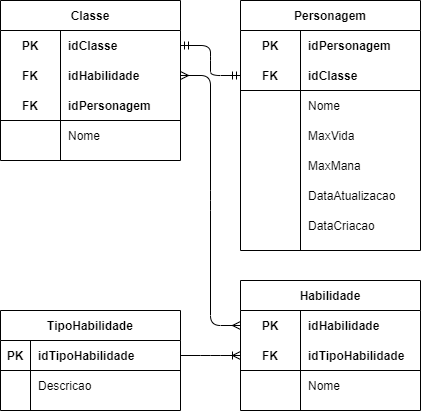
This is DesafioHROADS/DiagramaConceitualHROADS-logico.png from Vitormanoel-melo/Sprint-1_BD_Relacional, a draw.io export, as it was before one commit. Source tidied: cells renumbered, new cells last; positions are measured from the earlier drawing's top-left corner, leaving out a move shared by most shapes.
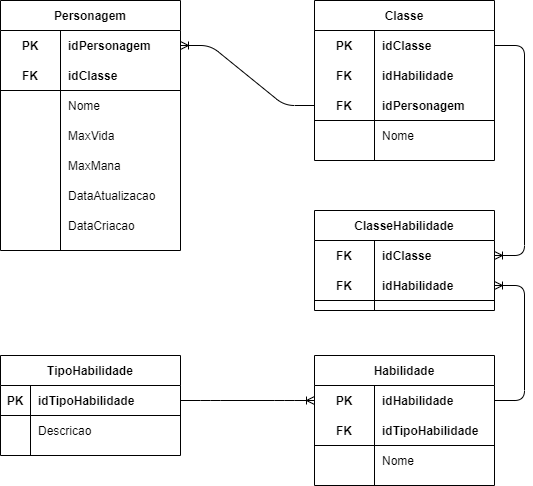
After the change.

What changed in the source:
```diff
@@ -3,7 +3,7 @@
     <mxCell id="0" />
     <mxCell id="1" parent="0" />
     <mxCell id="2" value="Personagem" style="shape=table;startSize=30;rowLines=0;fontStyle=1;align=center;" parent="1" vertex="1">
-      <mxGeometry x="240" width="180" height="250" as="geometry" />
+      <mxGeometry x="-110" y="20" width="180" height="250" as="geometry" />
     </mxCell>
     <mxCell id="3" style="shape=partialRectangle;fillColor=none;top=0;left=0;bottom=0;right=0;points=[[0,0.5],[1,0.5]];portConstraint=eastwest;" parent="2" vertex="1">
       <mxGeometry y="30" width="180" height="30" as="geometry" />
@@ -68,11 +68,8 @@
     <mxCell id="23" value="DataCriacao" style="shape=partialRectangle;fillColor=none;top=0;left=0;bottom=0;right=0;align=left;spacingLeft=6;overflow=hidden;" parent="21" vertex="1">
       <mxGeometry x="60" width="120" height="30" as="geometry" />
     </mxCell>
-    <mxCell id="24" style="edgeStyle=entityRelationEdgeStyle;fontSize=12;html=1;endArrow=ERmandOne;startArrow=ERmandOne;exitX=1;exitY=0.5;exitDx=0;exitDy=0;entryX=0;entryY=0.5;entryDx=0;entryDy=0;" parent="1" edge="1" source="26" target="6">
-      <mxGeometry relative="1" as="geometry" />
-    </mxCell>
     <mxCell id="25" value="Classe" style="shape=table;startSize=30;rowLines=0;fontStyle=1;align=center;" parent="1" vertex="1">
-      <mxGeometry width="180" height="160" as="geometry" />
+      <mxGeometry x="204" y="20" width="180" height="160" as="geometry" />
     </mxCell>
     <mxCell id="26" style="shape=partialRectangle;fillColor=none;top=0;left=0;bottom=0;right=0;points=[[0,0.5],[1,0.5]];portConstraint=eastwest;" parent="25" vertex="1">
       <mxGeometry y="30" width="180" height="30" as="geometry" />
@@ -111,7 +108,7 @@
       <mxGeometry x="60" width="120" height="30" as="geometry" />
     </mxCell>
     <mxCell id="38" value="Habilidade" style="shape=table;startSize=30;rowLines=0;fontStyle=1;align=center;" parent="1" vertex="1">
-      <mxGeometry x="240" y="280" width="180" height="130" as="geometry" />
+      <mxGeometry x="204" y="375" width="180" height="130" as="geometry" />
     </mxCell>
     <mxCell id="39" style="shape=partialRectangle;fillColor=none;top=0;left=0;bottom=0;right=0;points=[[0,0.5],[1,0.5]];portConstraint=eastwest;" parent="38" vertex="1">
       <mxGeometry y="30" width="180" height="30" as="geometry" />
@@ -140,11 +137,8 @@
     <mxCell id="47" value="Nome" style="shape=partialRectangle;fillColor=none;top=0;left=0;bottom=0;right=0;align=left;spacingLeft=6;overflow=hidden;" parent="45" vertex="1">
       <mxGeometry x="60" width="120" height="30" as="geometry" />
     </mxCell>
-    <mxCell id="48" style="edgeStyle=entityRelationEdgeStyle;fontSize=12;html=1;endArrow=ERmany;startArrow=ERmany;exitX=1;exitY=0.5;exitDx=0;exitDy=0;entryX=0;entryY=0.5;entryDx=0;entryDy=0;" parent="1" edge="1" source="29" target="39">
-      <mxGeometry relative="1" as="geometry" />
-    </mxCell>
     <mxCell id="49" value="TipoHabilidade" style="shape=table;startSize=30;rowLines=0;fontStyle=1;align=center;" parent="1" vertex="1">
-      <mxGeometry y="310" width="180" height="100" as="geometry" />
+      <mxGeometry x="-110" y="375" width="180" height="100" as="geometry" />
     </mxCell>
     <mxCell id="50" style="shape=partialRectangle;fillColor=none;top=0;left=0;bottom=1;right=0;points=[[0,0.5],[1,0.5]];portConstraint=eastwest;" parent="49" vertex="1">
       <mxGeometry y="30" width="180" height="30" as="geometry" />
@@ -164,8 +158,38 @@
     <mxCell id="55" value="Descricao" style="shape=partialRectangle;fillColor=none;top=0;left=0;bottom=0;right=0;align=left;spacingLeft=6;overflow=hidden;" parent="53" vertex="1">
       <mxGeometry x="30" width="150" height="30" as="geometry" />
     </mxCell>
-    <mxCell id="56" style="edgeStyle=entityRelationEdgeStyle;fontSize=12;html=1;endArrow=ERoneToMany;exitX=1;exitY=0.5;exitDx=0;exitDy=0;entryX=0;entryY=0.5;entryDx=0;entryDy=0;" parent="1" edge="1" source="50" target="42">
-      <mxGeometry relative="1" as="geometry" />
-    </mxCell>
+    <mxCell id="57" style="edgeStyle=entityRelationEdgeStyle;fontSize=12;html=1;endArrow=ERoneToMany;exitX=0;exitY=0.5;exitDx=0;exitDy=0;entryX=1;entryY=0.5;entryDx=0;entryDy=0;" parent="1" edge="1" source="32" target="3">
+      <mxGeometry relative="1" as="geometry" />
+    </mxCell>
+    <mxCell id="58" value="ClasseHabilidade" style="shape=table;startSize=30;rowLines=0;fontStyle=1;align=center;" parent="1" vertex="1">
+      <mxGeometry x="204" y="230" width="180" height="100" as="geometry" />
+    </mxCell>
+    <mxCell id="59" style="shape=partialRectangle;fillColor=none;top=0;left=0;bottom=0;right=0;points=[[0,0.5],[1,0.5]];portConstraint=eastwest;" parent="58" vertex="1">
+      <mxGeometry y="30" width="180" height="30" as="geometry" />
+    </mxCell>
+    <mxCell id="60" value="FK" style="shape=partialRectangle;fillColor=none;top=0;left=0;bottom=0;right=0;fontStyle=1;overflow=hidden;" parent="59" vertex="1">
+      <mxGeometry width="60" height="30" as="geometry" />
+    </mxCell>
+    <mxCell id="61" value="idClasse" style="shape=partialRectangle;fillColor=none;top=0;left=0;bottom=0;right=0;align=left;spacingLeft=6;fontStyle=1;overflow=hidden;" parent="59" vertex="1">
+      <mxGeometry x="60" width="120" height="30" as="geometry" />
+    </mxCell>
+    <mxCell id="62" style="shape=partialRectangle;fillColor=none;top=0;left=0;bottom=1;right=0;points=[[0,0.5],[1,0.5]];portConstraint=eastwest;" parent="58" vertex="1">
+      <mxGeometry y="60" width="180" height="30" as="geometry" />
+    </mxCell>
+    <mxCell id="63" value="FK" style="shape=partialRectangle;fillColor=none;top=0;left=0;bottom=0;right=0;fontStyle=1;overflow=hidden;" parent="62" vertex="1">
+      <mxGeometry width="60" height="30" as="geometry" />
+    </mxCell>
+    <mxCell id="64" value="idHabilidade" style="shape=partialRectangle;fillColor=none;top=0;left=0;bottom=0;right=0;align=left;spacingLeft=6;fontStyle=1;overflow=hidden;" parent="62" vertex="1">
+      <mxGeometry x="60" width="120" height="30" as="geometry" />
+    </mxCell>
+    <mxCell id="65" style="edgeStyle=entityRelationEdgeStyle;fontSize=12;html=1;endArrow=ERoneToMany;exitX=1;exitY=0.5;exitDx=0;exitDy=0;entryX=1;entryY=0.5;entryDx=0;entryDy=0;" parent="1" edge="1" source="26" target="59">
+      <mxGeometry relative="1" as="geometry" />
+    </mxCell>
+    <mxCell id="66" style="edgeStyle=entityRelationEdgeStyle;fontSize=12;html=1;endArrow=ERoneToMany;exitX=1;exitY=0.5;exitDx=0;exitDy=0;entryX=1;entryY=0.5;entryDx=0;entryDy=0;" parent="1" edge="1" source="39" target="62">
+      <mxGeometry relative="1" as="geometry" />
+    </mxCell>
+    <mxCell id="67" style="edgeStyle=entityRelationEdgeStyle;fontSize=12;html=1;endArrow=ERoneToMany;exitX=1;exitY=0.5;exitDx=0;exitDy=0;entryX=0;entryY=0.5;entryDx=0;entryDy=0;" parent="1" edge="1" source="50" target="39">
+      <mxGeometry relative="1" as="geometry" />
+    </mxCell>
   </root>
 </mxGraphModel>
```
